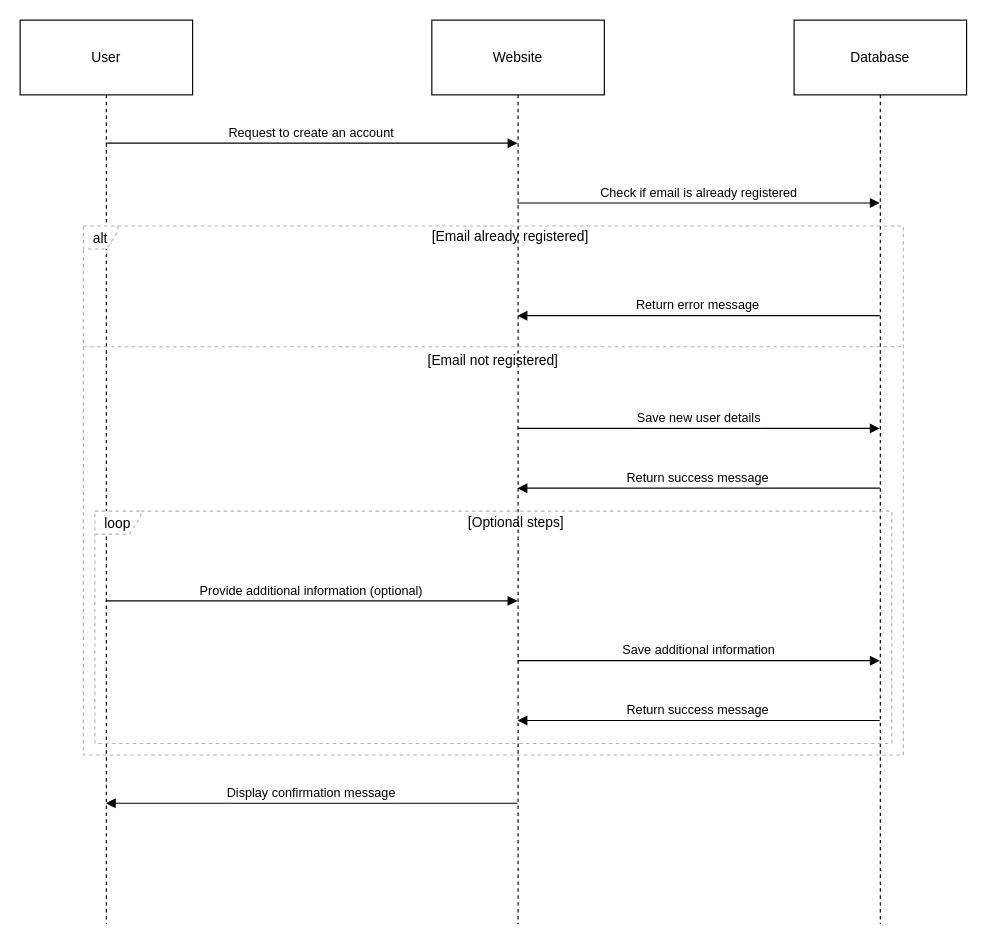
Above: trustique.drawio in Redclawww/trustiqueassist-backend (draw.io), before the change. Source tidied: cells renumbered, new cells numbered last; positions are measured from the earlier drawing's top-left corner, leaving out a move shared by most shapes. Both pictures are drawn from the tidied source at 115%, with x=0, y=0 at pixel (20, 20).
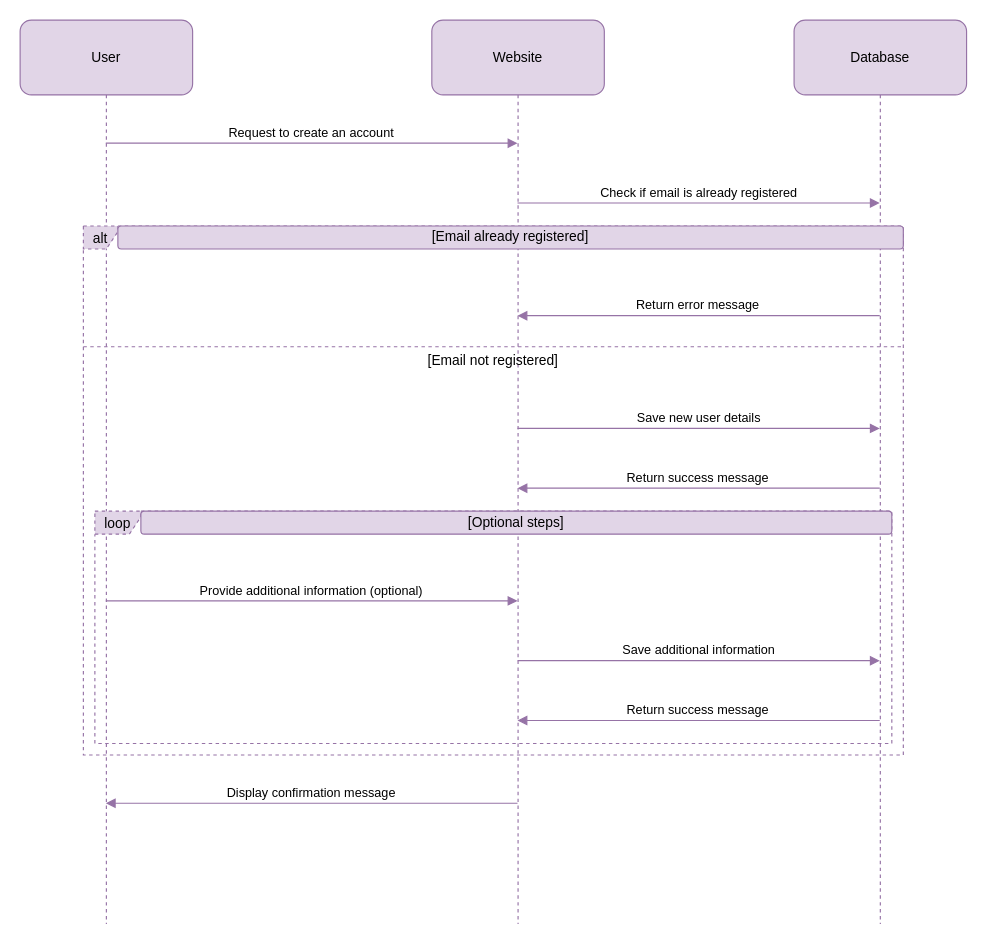
The same page after the edit.

The edit, as a diff of the source:
```diff
@@
-    <mxCell id="2" value="User" style="shape=umlLifeline;perimeter=lifelinePerimeter;whiteSpace=wrap;outlineConnect=0;portConstraint=eastwest;newEdgeStyle={&quot;edgeStyle&quot;:&quot;elbowEdgeStyle&quot;,&quot;elbow&quot;:&quot;vertical&quot;,&quot;curved&quot;:0,&quot;rounded&quot;:0};size=65;" parent="1" vertex="1">
+    <mxCell id="2" value="User" style="shape=umlLifeline;perimeter=lifelinePerimeter;whiteSpace=wrap;outlineConnect=0;portConstraint=eastwest;newEdgeStyle={&quot;edgeStyle&quot;:&quot;elbowEdgeStyle&quot;,&quot;elbow&quot;:&quot;vertical&quot;,&quot;curved&quot;:0,&quot;rounded&quot;:0};size=65;rounded=1;labelBackgroundColor=none;fillColor=#e1d5e7;strokeColor=#9673a6;" parent="1" vertex="1">
       <mxGeometry width="150" height="786" as="geometry" />
     </mxCell>
-    <mxCell id="3" value="Website" style="shape=umlLifeline;perimeter=lifelinePerimeter;whiteSpace=wrap;outlineConnect=0;portConstraint=eastwest;newEdgeStyle={&quot;edgeStyle&quot;:&quot;elbowEdgeStyle&quot;,&quot;elbow&quot;:&quot;vertical&quot;,&quot;curved&quot;:0,&quot;rounded&quot;:0};size=65;" parent="1" vertex="1">
+    <mxCell id="3" value="Website" style="shape=umlLifeline;perimeter=lifelinePerimeter;whiteSpace=wrap;outlineConnect=0;portConstraint=eastwest;newEdgeStyle={&quot;edgeStyle&quot;:&quot;elbowEdgeStyle&quot;,&quot;elbow&quot;:&quot;vertical&quot;,&quot;curved&quot;:0,&quot;rounded&quot;:0};size=65;rounded=1;labelBackgroundColor=none;fillColor=#e1d5e7;strokeColor=#9673a6;" parent="1" vertex="1">
       <mxGeometry x="358" width="150" height="786" as="geometry" />
     </mxCell>
-    <mxCell id="4" value="Database" style="shape=umlLifeline;perimeter=lifelinePerimeter;whiteSpace=wrap;outlineConnect=0;portConstraint=eastwest;newEdgeStyle={&quot;edgeStyle&quot;:&quot;elbowEdgeStyle&quot;,&quot;elbow&quot;:&quot;vertical&quot;,&quot;curved&quot;:0,&quot;rounded&quot;:0};size=65;" parent="1" vertex="1">
+    <mxCell id="4" value="Database" style="shape=umlLifeline;perimeter=lifelinePerimeter;whiteSpace=wrap;outlineConnect=0;portConstraint=eastwest;newEdgeStyle={&quot;edgeStyle&quot;:&quot;elbowEdgeStyle&quot;,&quot;elbow&quot;:&quot;vertical&quot;,&quot;curved&quot;:0,&quot;rounded&quot;:0};size=65;rounded=1;labelBackgroundColor=none;fillColor=#e1d5e7;strokeColor=#9673a6;" parent="1" vertex="1">
       <mxGeometry x="673" width="150" height="786" as="geometry" />
     </mxCell>
-    <mxCell id="5" value="loop" style="shape=umlFrame;dashed=1;strokeColor=#B3B3B3;height=20;width=40;" parent="1" vertex="1">
+    <mxCell id="5" value="loop" style="shape=umlFrame;dashed=1;strokeColor=#9673a6;height=20;width=40;rounded=1;labelBackgroundColor=none;fillColor=#e1d5e7;" parent="1" vertex="1">
       <mxGeometry x="65" y="427" width="693" height="202" as="geometry" />
     </mxCell>
-    <mxCell id="6" value="[Optional steps]" style="text;strokeColor=none;fillColor=none;align=center;verticalAlign=middle;whiteSpace=wrap;" parent="5" vertex="1">
+    <mxCell id="6" value="[Optional steps]" style="text;strokeColor=#9673a6;fillColor=#e1d5e7;align=center;verticalAlign=middle;whiteSpace=wrap;rounded=1;labelBackgroundColor=none;" parent="5" vertex="1">
       <mxGeometry x="40" width="653" height="20" as="geometry" />
     </mxCell>
-    <mxCell id="7" value="alt" style="shape=umlFrame;dashed=1;strokeColor=#B3B3B3;height=20;width=30;" parent="1" vertex="1">
+    <mxCell id="7" value="alt" style="shape=umlFrame;dashed=1;strokeColor=#9673a6;height=20;width=30;rounded=1;labelBackgroundColor=none;fillColor=#e1d5e7;" parent="1" vertex="1">
       <mxGeometry x="55" y="179" width="713" height="460" as="geometry" />
     </mxCell>
-    <mxCell id="8" value="[Email already registered]" style="text;strokeColor=none;fillColor=none;align=center;verticalAlign=middle;whiteSpace=wrap;" parent="7" vertex="1">
+    <mxCell id="8" value="[Email already registered]" style="text;strokeColor=#9673a6;fillColor=#e1d5e7;align=center;verticalAlign=middle;whiteSpace=wrap;rounded=1;labelBackgroundColor=none;" parent="7" vertex="1">
       <mxGeometry x="30" width="683" height="20" as="geometry" />
     </mxCell>
-    <mxCell id="9" value="[Email not registered]" style="shape=line;dashed=1;whiteSpace=wrap;verticalAlign=top;labelPosition=center;verticalLabelPosition=middle;align=center;strokeColor=#B3B3B3;" parent="7" vertex="1">
+    <mxCell id="9" value="[Email not registered]" style="shape=line;dashed=1;whiteSpace=wrap;verticalAlign=top;labelPosition=center;verticalLabelPosition=middle;align=center;strokeColor=#9673a6;rounded=1;labelBackgroundColor=none;fillColor=#e1d5e7;" parent="7" vertex="1">
       <mxGeometry y="103" width="713" height="4" as="geometry" />
     </mxCell>
-    <mxCell id="10" value="Request to create an account" style="verticalAlign=bottom;endArrow=block;edgeStyle=elbowEdgeStyle;elbow=vertical;curved=0;rounded=0;" parent="1" edge="1" source="2" target="3">
+    <mxCell id="10" value="Request to create an account" style="verticalAlign=bottom;endArrow=block;edgeStyle=elbowEdgeStyle;elbow=vertical;curved=0;rounded=1;labelBackgroundColor=none;strokeColor=#9673a6;fontColor=default;fillColor=#e1d5e7;" parent="1" edge="1" source="2" target="3">
       <mxGeometry relative="1" as="geometry">
         <Array as="points">
           <mxPoint x="264" y="107" />
         </Array>
       </mxGeometry>
     </mxCell>
-    <mxCell id="11" value="Check if email is already registered" style="verticalAlign=bottom;endArrow=block;edgeStyle=elbowEdgeStyle;elbow=vertical;curved=0;rounded=0;" parent="1" edge="1" source="3" target="4">
+    <mxCell id="11" value="Check if email is already registered" style="verticalAlign=bottom;endArrow=block;edgeStyle=elbowEdgeStyle;elbow=vertical;curved=0;rounded=1;labelBackgroundColor=none;strokeColor=#9673a6;fontColor=default;fillColor=#e1d5e7;" parent="1" edge="1" source="3" target="4">
       <mxGeometry relative="1" as="geometry">
         <Array as="points">
           <mxPoint x="601" y="159" />
         </Array>
       </mxGeometry>
     </mxCell>
-    <mxCell id="12" value="Return error message" style="verticalAlign=bottom;endArrow=block;edgeStyle=elbowEdgeStyle;elbow=vertical;curved=0;rounded=0;" parent="1" edge="1" source="4" target="3">
+    <mxCell id="12" value="Return error message" style="verticalAlign=bottom;endArrow=block;edgeStyle=elbowEdgeStyle;elbow=vertical;curved=0;rounded=1;labelBackgroundColor=none;strokeColor=#9673a6;fontColor=default;fillColor=#e1d5e7;" parent="1" edge="1" source="4" target="3">
       <mxGeometry relative="1" as="geometry">
         <Array as="points">
           <mxPoint x="601" y="257" />
         </Array>
       </mxGeometry>
     </mxCell>
-    <mxCell id="13" value="Save new user details" style="verticalAlign=bottom;endArrow=block;edgeStyle=elbowEdgeStyle;elbow=vertical;curved=0;rounded=0;" parent="1" edge="1" source="3" target="4">
+    <mxCell id="13" value="Save new user details" style="verticalAlign=bottom;endArrow=block;edgeStyle=elbowEdgeStyle;elbow=vertical;curved=0;rounded=1;labelBackgroundColor=none;strokeColor=#9673a6;fontColor=default;fillColor=#e1d5e7;" parent="1" edge="1" source="3" target="4">
       <mxGeometry relative="1" as="geometry">
         <Array as="points">
           <mxPoint x="601" y="355" />
         </Array>
       </mxGeometry>
     </mxCell>
-    <mxCell id="14" value="Return success message" style="verticalAlign=bottom;endArrow=block;edgeStyle=elbowEdgeStyle;elbow=vertical;curved=0;rounded=0;" parent="1" edge="1" source="4" target="3">
+    <mxCell id="14" value="Return success message" style="verticalAlign=bottom;endArrow=block;edgeStyle=elbowEdgeStyle;elbow=vertical;curved=0;rounded=1;labelBackgroundColor=none;strokeColor=#9673a6;fontColor=default;fillColor=#e1d5e7;" parent="1" edge="1" source="4" target="3">
       <mxGeometry relative="1" as="geometry">
         <Array as="points">
           <mxPoint x="601" y="407" />
         </Array>
       </mxGeometry>
     </mxCell>
-    <mxCell id="15" value="Provide additional information (optional)" style="verticalAlign=bottom;endArrow=block;edgeStyle=elbowEdgeStyle;elbow=vertical;curved=0;rounded=0;" parent="1" edge="1" source="2" target="3">
+    <mxCell id="15" value="Provide additional information (optional)" style="verticalAlign=bottom;endArrow=block;edgeStyle=elbowEdgeStyle;elbow=vertical;curved=0;rounded=1;labelBackgroundColor=none;strokeColor=#9673a6;fontColor=default;fillColor=#e1d5e7;" parent="1" edge="1" source="2" target="3">
       <mxGeometry relative="1" as="geometry">
         <Array as="points">
           <mxPoint x="264" y="505" />
         </Array>
       </mxGeometry>
     </mxCell>
-    <mxCell id="16" value="Save additional information" style="verticalAlign=bottom;endArrow=block;edgeStyle=elbowEdgeStyle;elbow=vertical;curved=0;rounded=0;" parent="1" edge="1" source="3" target="4">
+    <mxCell id="16" value="Save additional information" style="verticalAlign=bottom;endArrow=block;edgeStyle=elbowEdgeStyle;elbow=vertical;curved=0;rounded=1;labelBackgroundColor=none;strokeColor=#9673a6;fontColor=default;fillColor=#e1d5e7;" parent="1" edge="1" source="3" target="4">
       <mxGeometry relative="1" as="geometry">
         <Array as="points">
           <mxPoint x="601" y="557" />
         </Array>
       </mxGeometry>
     </mxCell>
-    <mxCell id="17" value="Return success message" style="verticalAlign=bottom;endArrow=block;edgeStyle=elbowEdgeStyle;elbow=vertical;curved=0;rounded=0;" parent="1" edge="1" source="4" target="3">
+    <mxCell id="17" value="Return success message" style="verticalAlign=bottom;endArrow=block;edgeStyle=elbowEdgeStyle;elbow=vertical;curved=0;rounded=1;labelBackgroundColor=none;strokeColor=#9673a6;fontColor=default;fillColor=#e1d5e7;" parent="1" edge="1" source="4" target="3">
       <mxGeometry relative="1" as="geometry">
         <Array as="points">
           <mxPoint x="601" y="609" />
         </Array>
       </mxGeometry>
     </mxCell>
-    <mxCell id="18" value="Display confirmation message" style="verticalAlign=bottom;endArrow=block;edgeStyle=elbowEdgeStyle;elbow=vertical;curved=0;rounded=0;" parent="1" edge="1" source="3" target="2">
+    <mxCell id="18" value="Display confirmation message" style="verticalAlign=bottom;endArrow=block;edgeStyle=elbowEdgeStyle;elbow=vertical;curved=0;rounded=1;labelBackgroundColor=none;strokeColor=#9673a6;fontColor=default;fillColor=#e1d5e7;" parent="1" edge="1" source="3" target="2">
       <mxGeometry relative="1" as="geometry">
         <Array as="points">
           <mxPoint x="264" y="681" />
         </Array>
       </mxGeometry>
     </mxCell>
```
